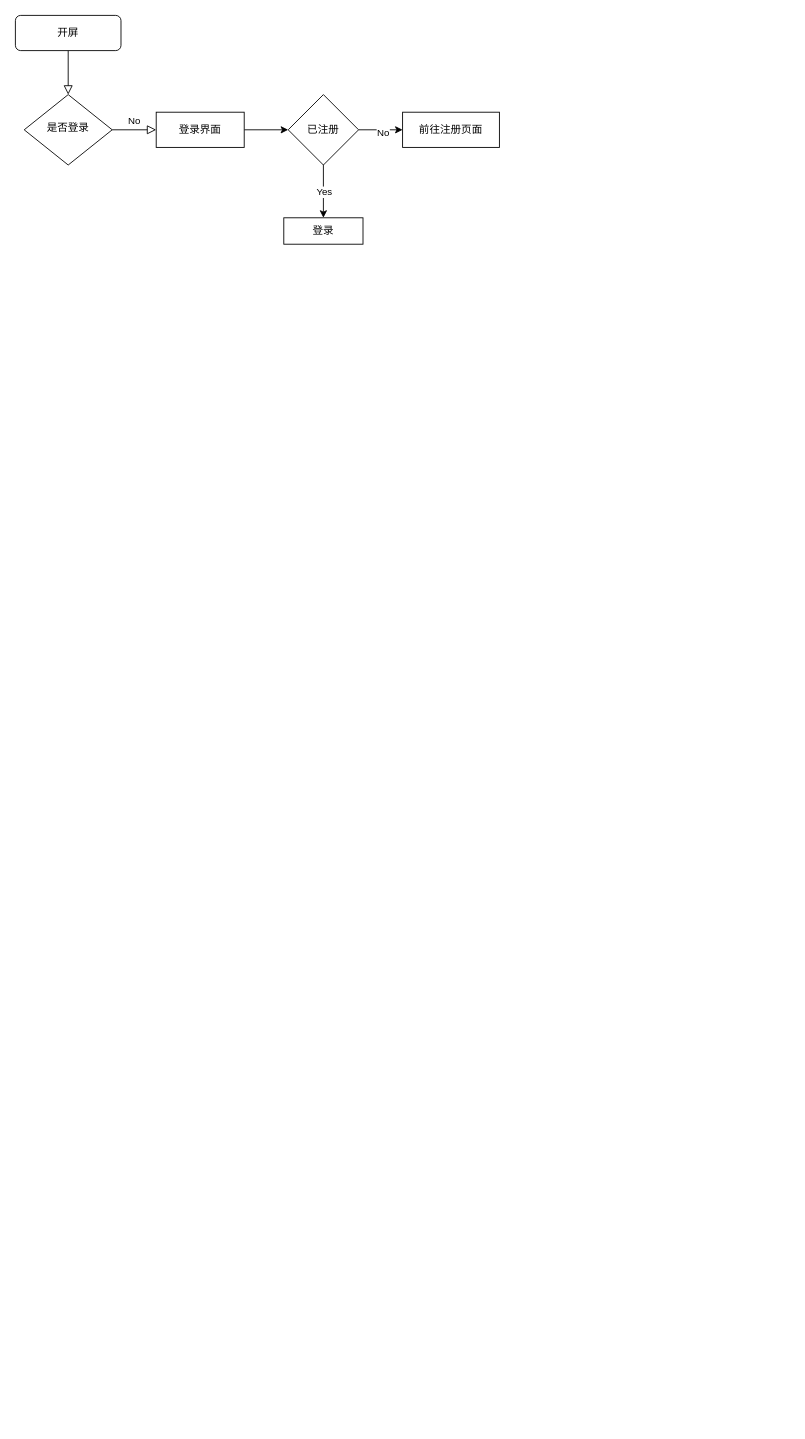
Before: csj.drawio in jmzmz/draw.io, a draw.io diagram. Source tidied: cells renumbered, new cells numbered last; positions are measured from the earlier drawing's top-left corner, leaving out a move shared by most shapes. Both pictures are drawn from the tidied source at 88%, with x=0, y=0 at pixel (15, 15).
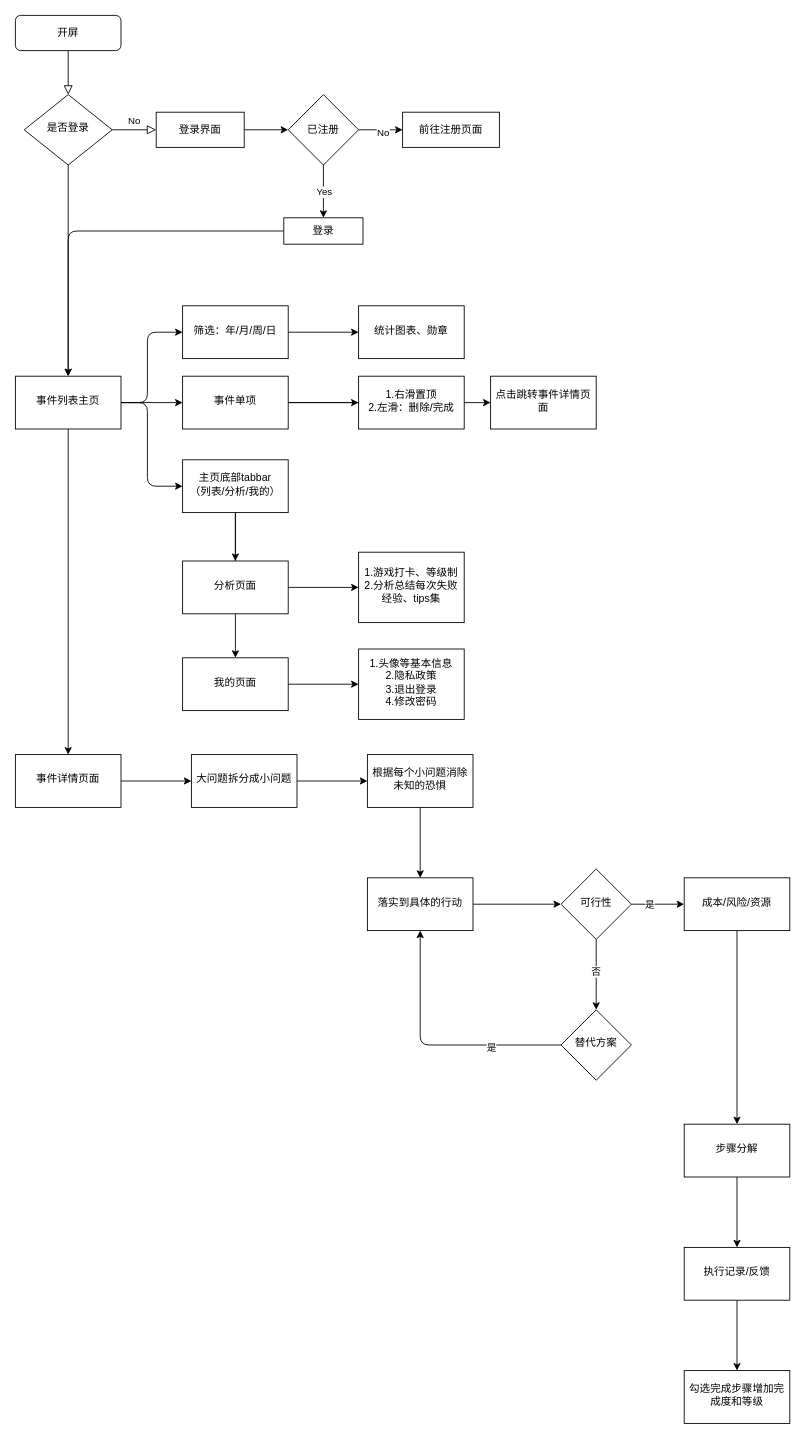
After the change.

The change refers to these unchanged cells:
```xml
<mxCell id="5" value="是否登录" style="rhombus;whiteSpace=wrap;html=1;shadow=0;fontFamily=Helvetica;fontSize=12;align=center;strokeWidth=1;spacing=6;spacingTop=-4;rounded=0;" parent="1" vertex="1">
  <mxGeometry x="10" y="90" width="100" height="80" as="geometry" />
</mxCell>
<mxCell id="13" value="登录" style="whiteSpace=wrap;html=1;rounded=0;glass=0;strokeWidth=1;shadow=0;" parent="1" vertex="1">
  <mxGeometry x="305" y="230" width="90" height="30" as="geometry" />
</mxCell>
```

Diff of the diagram source:
```diff
@@
+    <mxCell id="15" style="edgeStyle=orthogonalEdgeStyle;jettySize=auto;html=1;" parent="1" edge="1" source="5" target="21">
+      <mxGeometry relative="1" as="geometry" />
+    </mxCell>
@@
+    <mxCell id="16" style="edgeStyle=orthogonalEdgeStyle;jettySize=auto;html=1;" parent="1" edge="1" source="13" target="21">
+      <mxGeometry relative="1" as="geometry" />
+    </mxCell>
@@
+    <mxCell id="17" style="edgeStyle=orthogonalEdgeStyle;jettySize=auto;html=1;" parent="1" edge="1" source="21" target="23">
+      <mxGeometry relative="1" as="geometry">
+        <Array as="points">
+          <mxPoint x="150" y="440" />
+          <mxPoint x="150" y="360" />
+        </Array>
+      </mxGeometry>
+    </mxCell>
+    <mxCell id="18" style="edgeStyle=orthogonalEdgeStyle;jettySize=auto;html=1;" parent="1" edge="1" source="21" target="26">
+      <mxGeometry relative="1" as="geometry" />
+    </mxCell>
+    <mxCell id="19" style="edgeStyle=orthogonalEdgeStyle;jettySize=auto;html=1;" parent="1" edge="1" source="21" target="32">
+      <mxGeometry relative="1" as="geometry">
+        <Array as="points">
+          <mxPoint x="150" y="440" />
+          <mxPoint x="150" y="535" />
+        </Array>
+      </mxGeometry>
+    </mxCell>
+    <mxCell id="20" style="edgeStyle=orthogonalEdgeStyle;jettySize=auto;html=1;" parent="1" edge="1" source="21" target="40">
+      <mxGeometry relative="1" as="geometry" />
+    </mxCell>
+    <mxCell id="21" value="事件列表主页" style="rounded=0;whiteSpace=wrap;html=1;shadow=0;strokeWidth=1;spacing=6;spacingTop=-4;" parent="1" vertex="1">
+      <mxGeometry y="410" width="120" height="60" as="geometry" />
+    </mxCell>
+    <mxCell id="22" style="edgeStyle=orthogonalEdgeStyle;jettySize=auto;html=1;" parent="1" edge="1" source="23" target="28">
+      <mxGeometry relative="1" as="geometry" />
+    </mxCell>
+    <mxCell id="23" value="筛选：年/月/周/日" style="rounded=0;whiteSpace=wrap;html=1;shadow=0;strokeWidth=1;spacing=6;spacingTop=-4;" parent="1" vertex="1">
+      <mxGeometry x="190" y="330" width="120" height="60" as="geometry" />
+    </mxCell>
+    <mxCell id="24" style="edgeStyle=orthogonalEdgeStyle;jettySize=auto;html=1;" parent="1" edge="1" source="26" target="27">
+      <mxGeometry relative="1" as="geometry" />
+    </mxCell>
+    <mxCell id="25" style="edgeStyle=orthogonalEdgeStyle;jettySize=auto;html=1;" parent="1" edge="1" source="26" target="29">
+      <mxGeometry relative="1" as="geometry" />
+    </mxCell>
+    <mxCell id="26" value="事件单项" style="rounded=0;whiteSpace=wrap;html=1;shadow=0;strokeWidth=1;spacing=6;spacingTop=-4;" parent="1" vertex="1">
+      <mxGeometry x="190" y="410" width="120" height="60" as="geometry" />
+    </mxCell>
+    <mxCell id="27" value="1.右滑置顶&lt;br&gt;2.左滑：删除/完成" style="whiteSpace=wrap;html=1;rounded=0;shadow=0;strokeWidth=1;spacing=6;spacingTop=-4;" parent="1" vertex="1">
+      <mxGeometry x="390" y="410" width="120" height="60" as="geometry" />
+    </mxCell>
+    <mxCell id="28" value="统计图表、勋章" style="whiteSpace=wrap;html=1;rounded=0;shadow=0;strokeWidth=1;spacing=6;spacingTop=-4;" parent="1" vertex="1">
+      <mxGeometry x="390" y="330" width="120" height="60" as="geometry" />
+    </mxCell>
+    <mxCell id="29" value="点击跳转事件详情页面" style="whiteSpace=wrap;html=1;rounded=0;shadow=0;strokeWidth=1;spacing=6;spacingTop=-4;" parent="1" vertex="1">
+      <mxGeometry x="540" y="410" width="120" height="60" as="geometry" />
+    </mxCell>
+    <mxCell id="30" style="edgeStyle=orthogonalEdgeStyle;jettySize=auto;html=1;" parent="1" edge="1" source="32" target="34">
+      <mxGeometry relative="1" as="geometry" />
+    </mxCell>
+    <mxCell id="31" style="edgeStyle=orthogonalEdgeStyle;jettySize=auto;html=1;" parent="1" edge="1" source="32" target="37">
+      <mxGeometry relative="1" as="geometry" />
+    </mxCell>
+    <mxCell id="32" value="主页底部tabbar&lt;br&gt;（列表/分析/我的）" style="whiteSpace=wrap;html=1;rounded=0;shadow=0;strokeWidth=1;spacing=6;spacingTop=-4;" parent="1" vertex="1">
+      <mxGeometry x="190" y="505" width="120" height="60" as="geometry" />
+    </mxCell>
+    <mxCell id="33" style="edgeStyle=orthogonalEdgeStyle;jettySize=auto;html=1;" parent="1" edge="1" source="34" target="35">
+      <mxGeometry relative="1" as="geometry" />
+    </mxCell>
+    <mxCell id="34" value="分析页面" style="whiteSpace=wrap;html=1;rounded=0;shadow=0;strokeWidth=1;spacing=6;spacingTop=-4;" parent="1" vertex="1">
+      <mxGeometry x="190" y="620" width="120" height="60" as="geometry" />
+    </mxCell>
+    <mxCell id="35" value="1.游戏打卡、等级制&lt;br&gt;2.分析总结每次失败经验、tips集" style="whiteSpace=wrap;html=1;rounded=0;shadow=0;strokeWidth=1;spacing=6;spacingTop=-4;" parent="1" vertex="1">
+      <mxGeometry x="390" y="610" width="120" height="80" as="geometry" />
+    </mxCell>
+    <mxCell id="36" style="edgeStyle=orthogonalEdgeStyle;jettySize=auto;html=1;" parent="1" edge="1" source="37" target="38">
+      <mxGeometry relative="1" as="geometry" />
+    </mxCell>
+    <mxCell id="37" value="我的页面" style="whiteSpace=wrap;html=1;rounded=0;shadow=0;strokeWidth=1;spacing=6;spacingTop=-4;" parent="1" vertex="1">
+      <mxGeometry x="190" y="730" width="120" height="60" as="geometry" />
+    </mxCell>
+    <mxCell id="38" value="1.头像等基本信息&lt;br&gt;2.隐私政策&lt;br&gt;3.退出登录&lt;br&gt;4.修改密码" style="whiteSpace=wrap;html=1;rounded=0;shadow=0;strokeWidth=1;spacing=6;spacingTop=-4;" parent="1" vertex="1">
+      <mxGeometry x="390" y="720" width="120" height="80" as="geometry" />
+    </mxCell>
+    <mxCell id="39" style="edgeStyle=orthogonalEdgeStyle;jettySize=auto;html=1;" parent="1" edge="1" source="40" target="42">
+      <mxGeometry relative="1" as="geometry" />
+    </mxCell>
+    <mxCell id="40" value="事件详情页面" style="whiteSpace=wrap;html=1;rounded=0;shadow=0;strokeWidth=1;spacing=6;spacingTop=-4;" parent="1" vertex="1">
+      <mxGeometry y="840" width="120" height="60" as="geometry" />
+    </mxCell>
+    <mxCell id="41" style="edgeStyle=orthogonalEdgeStyle;jettySize=auto;html=1;" parent="1" edge="1" source="42" target="44">
+      <mxGeometry relative="1" as="geometry" />
+    </mxCell>
+    <mxCell id="42" value="大问题拆分成小问题" style="whiteSpace=wrap;html=1;rounded=0;shadow=0;strokeWidth=1;spacing=6;spacingTop=-4;" parent="1" vertex="1">
+      <mxGeometry x="200" y="840" width="120" height="60" as="geometry" />
+    </mxCell>
+    <mxCell id="43" style="edgeStyle=orthogonalEdgeStyle;jettySize=auto;html=1;" parent="1" edge="1" source="44" target="46">
+      <mxGeometry relative="1" as="geometry" />
+    </mxCell>
+    <mxCell id="44" value="根据每个小问题消除未知的恐惧" style="whiteSpace=wrap;html=1;rounded=0;shadow=0;strokeWidth=1;spacing=6;spacingTop=-4;" parent="1" vertex="1">
+      <mxGeometry x="400" y="840" width="120" height="60" as="geometry" />
+    </mxCell>
+    <mxCell id="45" style="edgeStyle=orthogonalEdgeStyle;jettySize=auto;html=1;" parent="1" edge="1" source="46" target="51">
+      <mxGeometry relative="1" as="geometry" />
+    </mxCell>
+    <mxCell id="46" value="落实到具体的行动" style="whiteSpace=wrap;html=1;rounded=0;shadow=0;strokeWidth=1;spacing=6;spacingTop=-4;" parent="1" vertex="1">
+      <mxGeometry x="400" y="980" width="120" height="60" as="geometry" />
+    </mxCell>
+    <mxCell id="47" style="edgeStyle=orthogonalEdgeStyle;jettySize=auto;html=1;" parent="1" edge="1" source="51" target="53">
+      <mxGeometry relative="1" as="geometry" />
+    </mxCell>
+    <mxCell id="48" value="是" style="edgeLabel;html=1;align=center;verticalAlign=middle;" parent="47" vertex="1">
+      <mxGeometry x="0.13" y="-1" relative="1" as="geometry">
+        <mxPoint x="-14" y="-1" as="offset" />
+      </mxGeometry>
+    </mxCell>
+    <mxCell id="49" style="edgeStyle=orthogonalEdgeStyle;jettySize=auto;html=1;" parent="1" edge="1" source="51" target="56">
+      <mxGeometry relative="1" as="geometry" />
+    </mxCell>
+    <mxCell id="50" value="否" style="edgeLabel;html=1;align=center;verticalAlign=middle;" parent="49" vertex="1">
+      <mxGeometry x="-0.09" y="-1" relative="1" as="geometry" />
+    </mxCell>
+    <mxCell id="51" value="可行性" style="rhombus;whiteSpace=wrap;html=1;rounded=0;shadow=0;strokeWidth=1;spacing=6;spacingTop=-4;" parent="1" vertex="1">
+      <mxGeometry x="620" y="970" width="80" height="80" as="geometry" />
+    </mxCell>
+    <mxCell id="52" style="edgeStyle=orthogonalEdgeStyle;jettySize=auto;html=1;" parent="1" edge="1" source="53" target="58">
+      <mxGeometry relative="1" as="geometry" />
+    </mxCell>
+    <mxCell id="53" value="成本/风险/资源" style="whiteSpace=wrap;html=1;rounded=0;shadow=0;strokeWidth=1;spacing=6;spacingTop=-4;" parent="1" vertex="1">
+      <mxGeometry x="760" y="980" width="120" height="60" as="geometry" />
+    </mxCell>
+    <mxCell id="54" style="edgeStyle=orthogonalEdgeStyle;jettySize=auto;html=1;entryX=0.5;entryY=1;entryDx=0;entryDy=0;" parent="1" edge="1" source="56" target="46">
+      <mxGeometry relative="1" as="geometry" />
+    </mxCell>
+    <mxCell id="55" value="是" style="edgeLabel;html=1;align=center;verticalAlign=middle;" parent="54" vertex="1">
+      <mxGeometry x="-0.45" y="2" relative="1" as="geometry" />
+    </mxCell>
+    <mxCell id="56" value="替代方案" style="rhombus;whiteSpace=wrap;html=1;rounded=0;shadow=0;strokeWidth=1;spacing=6;spacingTop=-4;" parent="1" vertex="1">
+      <mxGeometry x="620" y="1130" width="80" height="80" as="geometry" />
+    </mxCell>
+    <mxCell id="57" style="edgeStyle=orthogonalEdgeStyle;jettySize=auto;html=1;" parent="1" edge="1" source="58" target="60">
+      <mxGeometry relative="1" as="geometry" />
+    </mxCell>
+    <mxCell id="58" value="步骤分解" style="whiteSpace=wrap;html=1;rounded=0;shadow=0;strokeWidth=1;spacing=6;spacingTop=-4;" parent="1" vertex="1">
+      <mxGeometry x="760" y="1260" width="120" height="60" as="geometry" />
+    </mxCell>
+    <mxCell id="59" style="edgeStyle=orthogonalEdgeStyle;jettySize=auto;html=1;" parent="1" edge="1" source="60" target="61">
+      <mxGeometry relative="1" as="geometry" />
+    </mxCell>
+    <mxCell id="60" value="执行记录/反馈" style="whiteSpace=wrap;html=1;rounded=0;shadow=0;strokeWidth=1;spacing=6;spacingTop=-4;" parent="1" vertex="1">
+      <mxGeometry x="760" y="1400" width="120" height="60" as="geometry" />
+    </mxCell>
+    <mxCell id="61" value="勾选完成步骤增加完成度和等级" style="whiteSpace=wrap;html=1;rounded=0;shadow=0;strokeWidth=1;spacing=6;spacingTop=-4;" parent="1" vertex="1">
+      <mxGeometry x="760" y="1540" width="120" height="60" as="geometry" />
+    </mxCell>
```
